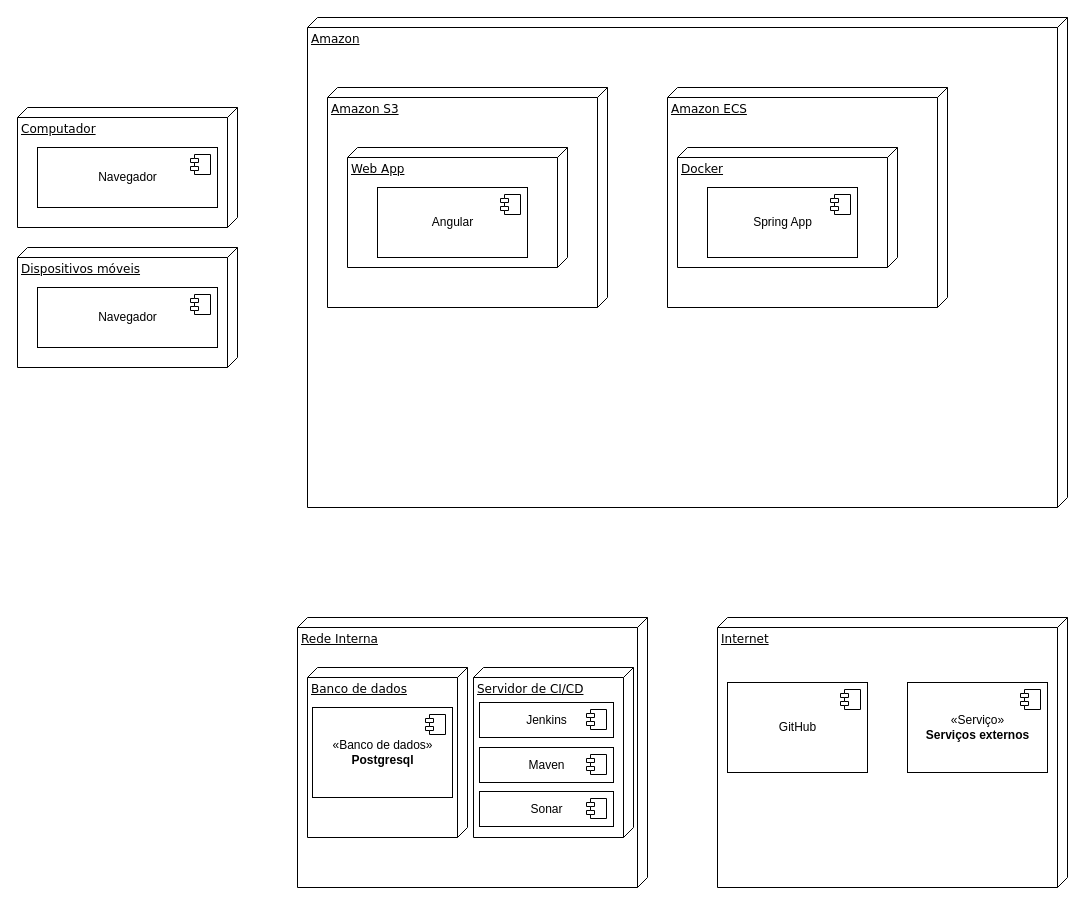
Above: Diagrama de Implantação.drawio in thallysfreed/arquitetura (draw.io), before the change. Source tidied: cells renumbered, new cells numbered last; positions are measured from the earlier drawing's top-left corner, leaving out a move shared by most shapes. Both pictures are drawn from the tidied source at 100%, with x=0, y=0 at pixel (17, 17).
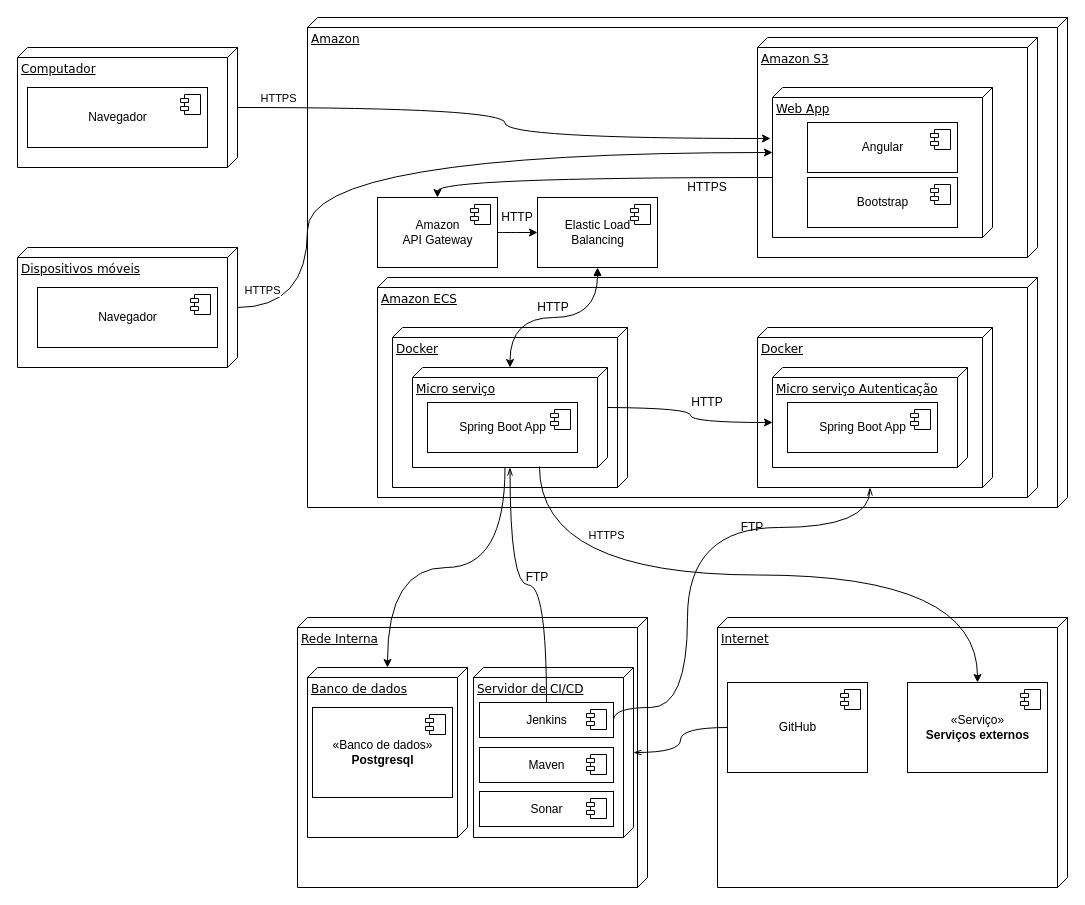
The same diagram, later.

Unchanged cells that the change refers to:
```xml
<mxCell id="8" value="Dispositivos móveis" style="verticalAlign=top;align=left;spacingTop=8;spacingLeft=2;spacingRight=12;shape=cube;size=10;direction=south;fontStyle=4;html=1;rounded=0;shadow=0;comic=0;labelBackgroundColor=none;strokeWidth=1;fontFamily=Verdana;fontSize=12;" parent="1" vertex="1">
  <mxGeometry y="230" width="220" height="120" as="geometry" />
</mxCell>
<mxCell id="11" value="«Serviço»&lt;br&gt;&lt;b&gt;Serviços externos&lt;/b&gt;" style="html=1;" parent="1" vertex="1">
  <mxGeometry x="890" y="665" width="140" height="90" as="geometry" />
</mxCell>
<mxCell id="21" value="Servidor de CI/CD" style="verticalAlign=top;align=left;spacingTop=8;spacingLeft=2;spacingRight=12;shape=cube;size=10;direction=south;fontStyle=4;html=1;rounded=0;shadow=0;comic=0;labelBackgroundColor=none;strokeWidth=1;fontFamily=Verdana;fontSize=12;" parent="1" vertex="1">
  <mxGeometry x="456" y="650" width="160" height="170" as="geometry" />
</mxCell>
<mxCell id="22" value="Banco de dados" style="verticalAlign=top;align=left;spacingTop=8;spacingLeft=2;spacingRight=12;shape=cube;size=10;direction=south;fontStyle=4;html=1;rounded=0;shadow=0;comic=0;labelBackgroundColor=none;strokeWidth=1;fontFamily=Verdana;fontSize=12;" parent="1" vertex="1">
  <mxGeometry x="290" y="650" width="160" height="170" as="geometry" />
</mxCell>
<mxCell id="25" value="Jenkins" style="html=1;" parent="1" vertex="1">
  <mxGeometry x="462" y="685" width="134" height="35" as="geometry" />
</mxCell>
<mxCell id="31" value="GitHub" style="html=1;" parent="1" vertex="1">
  <mxGeometry x="710" y="665" width="140" height="90" as="geometry" />
</mxCell>
```

The edit, as a diff of the source:
```diff
@@
     <mxCell id="5" value="Computador" style="verticalAlign=top;align=left;spacingTop=8;spacingLeft=2;spacingRight=12;shape=cube;size=10;direction=south;fontStyle=4;html=1;rounded=0;shadow=0;comic=0;labelBackgroundColor=none;strokeWidth=1;fontFamily=Verdana;fontSize=12;" parent="1" vertex="1">
-      <mxGeometry y="90" width="220" height="120" as="geometry" />
+      <mxGeometry y="30" width="220" height="120" as="geometry" />
     </mxCell>
     <mxCell id="6" value="Navegador" style="html=1;" parent="1" vertex="1">
-      <mxGeometry x="20" y="130" width="180" height="60" as="geometry" />
+      <mxGeometry x="10" y="70" width="180" height="60" as="geometry" />
     </mxCell>
@@
     <mxCell id="13" value="Amazon S3" style="verticalAlign=top;align=left;spacingTop=8;spacingLeft=2;spacingRight=12;shape=cube;size=10;direction=south;fontStyle=4;html=1;rounded=0;shadow=0;comic=0;labelBackgroundColor=none;strokeWidth=1;fontFamily=Verdana;fontSize=12;" parent="1" vertex="1">
-      <mxGeometry x="310" y="70" width="280" height="220" as="geometry" />
+      <mxGeometry x="740" y="20" width="280" height="220" as="geometry" />
     </mxCell>
     <mxCell id="14" value="Amazon ECS" style="verticalAlign=top;align=left;spacingTop=8;spacingLeft=2;spacingRight=12;shape=cube;size=10;direction=south;fontStyle=4;html=1;rounded=0;shadow=0;comic=0;labelBackgroundColor=none;strokeWidth=1;fontFamily=Verdana;fontSize=12;" parent="1" vertex="1">
-      <mxGeometry x="650" y="70" width="280" height="220" as="geometry" />
+      <mxGeometry x="360" y="260" width="660" height="220" as="geometry" />
     </mxCell>
+    <mxCell id="33" style="edgeStyle=orthogonalEdgeStyle;curved=1;rounded=0;jettySize=auto;html=1;" parent="1" edge="1" source="15" target="39">
+      <mxGeometry relative="1" as="geometry">
+        <Array as="points">
+          <mxPoint x="420" y="160" />
+        </Array>
+      </mxGeometry>
+    </mxCell>
     <mxCell id="15" value="Web App" style="verticalAlign=top;align=left;spacingTop=8;spacingLeft=2;spacingRight=12;shape=cube;size=10;direction=south;fontStyle=4;html=1;rounded=0;shadow=0;comic=0;labelBackgroundColor=none;strokeWidth=1;fontFamily=Verdana;fontSize=12;" parent="1" vertex="1">
-      <mxGeometry x="330" y="130" width="220" height="120" as="geometry" />
+      <mxGeometry x="755" y="70" width="220" height="150" as="geometry" />
     </mxCell>
     <mxCell id="16" value="Angular" style="html=1;" parent="1" vertex="1">
-      <mxGeometry x="360" y="170" width="150" height="70" as="geometry" />
+      <mxGeometry x="790" y="105" width="150" height="50" as="geometry" />
     </mxCell>
@@
     <mxCell id="18" value="Docker" style="verticalAlign=top;align=left;spacingTop=8;spacingLeft=2;spacingRight=12;shape=cube;size=10;direction=south;fontStyle=4;html=1;rounded=0;shadow=0;comic=0;labelBackgroundColor=none;strokeWidth=1;fontFamily=Verdana;fontSize=12;" parent="1" vertex="1">
-      <mxGeometry x="660" y="130" width="220" height="120" as="geometry" />
+      <mxGeometry x="375" y="310" width="235" height="160" as="geometry" />
     </mxCell>
-    <mxCell id="19" value="Spring App" style="html=1;" parent="1" vertex="1">
-      <mxGeometry x="690" y="170" width="150" height="70" as="geometry" />
-    </mxCell>
-    <mxCell id="20" style="shape=module;jettyWidth=8;jettyHeight=4;" parent="19" vertex="1">
-      <mxGeometry x="1" width="20" height="20" relative="1" as="geometry">
-        <mxPoint x="-27" y="7" as="offset" />
-      </mxGeometry>
-    </mxCell>
+    <mxCell id="34" style="edgeStyle=orthogonalEdgeStyle;curved=1;rounded=0;jettySize=auto;html=1;startArrow=openThin;startFill=0;endArrow=none;endFill=0;" parent="1" edge="1" source="21" target="31">
+      <mxGeometry relative="1" as="geometry" />
+    </mxCell>
@@
+    <mxCell id="35" style="edgeStyle=orthogonalEdgeStyle;curved=1;rounded=0;jettySize=auto;html=1;startArrow=block;startFill=1;" parent="1" edge="1" source="36" target="44">
+      <mxGeometry relative="1" as="geometry" />
+    </mxCell>
+    <mxCell id="36" value="Elastic Load &lt;br&gt;Balancing" style="html=1;" parent="1" vertex="1">
+      <mxGeometry x="520" y="180" width="120" height="70" as="geometry" />
+    </mxCell>
+    <mxCell id="37" style="shape=module;jettyWidth=8;jettyHeight=4;" parent="36" vertex="1">
+      <mxGeometry x="1" width="20" height="20" relative="1" as="geometry">
+        <mxPoint x="-27" y="7" as="offset" />
+      </mxGeometry>
+    </mxCell>
+    <mxCell id="38" style="edgeStyle=orthogonalEdgeStyle;curved=1;rounded=0;jettySize=auto;html=1;" parent="1" edge="1" source="39" target="36">
+      <mxGeometry relative="1" as="geometry" />
+    </mxCell>
+    <mxCell id="39" value="Amazon&lt;br&gt;API Gateway" style="html=1;" parent="1" vertex="1">
+      <mxGeometry x="360" y="180" width="120" height="70" as="geometry" />
+    </mxCell>
+    <mxCell id="40" style="shape=module;jettyWidth=8;jettyHeight=4;" parent="39" vertex="1">
+      <mxGeometry x="1" width="20" height="20" relative="1" as="geometry">
+        <mxPoint x="-27" y="7" as="offset" />
+      </mxGeometry>
+    </mxCell>
+    <mxCell id="41" style="edgeStyle=orthogonalEdgeStyle;curved=1;rounded=0;jettySize=auto;html=1;entryX=0.34;entryY=1.009;entryDx=0;entryDy=0;entryPerimeter=0;" parent="1" edge="1" source="5" target="15">
+      <mxGeometry relative="1" as="geometry" />
+    </mxCell>
+    <mxCell id="42" value="HTTPS" style="edgeLabel;html=1;align=center;verticalAlign=middle;" parent="41" vertex="1">
+      <mxGeometry x="-0.9" relative="1" as="geometry">
+        <mxPoint x="12" y="-10" as="offset" />
+      </mxGeometry>
+    </mxCell>
+    <mxCell id="43" style="edgeStyle=orthogonalEdgeStyle;curved=1;rounded=0;jettySize=auto;html=1;" parent="1" edge="1" source="8" target="15">
+      <mxGeometry relative="1" as="geometry">
+        <Array as="points">
+          <mxPoint x="290" y="290" />
+          <mxPoint x="290" y="135" />
+        </Array>
+      </mxGeometry>
+    </mxCell>
+    <mxCell id="44" value="Micro serviço" style="verticalAlign=top;align=left;spacingTop=8;spacingLeft=2;spacingRight=12;shape=cube;size=10;direction=south;fontStyle=4;html=1;rounded=0;shadow=0;comic=0;labelBackgroundColor=none;strokeWidth=1;fontFamily=Verdana;fontSize=12;" parent="1" vertex="1">
+      <mxGeometry x="395" y="350" width="195" height="100" as="geometry" />
+    </mxCell>
+    <mxCell id="19" value="Spring Boot App" style="html=1;" parent="1" vertex="1">
+      <mxGeometry x="410" y="385" width="150" height="50" as="geometry" />
+    </mxCell>
+    <mxCell id="20" style="shape=module;jettyWidth=8;jettyHeight=4;" parent="19" vertex="1">
+      <mxGeometry x="1" width="20" height="20" relative="1" as="geometry">
+        <mxPoint x="-27" y="7" as="offset" />
+      </mxGeometry>
+    </mxCell>
+    <mxCell id="45" value="Docker" style="verticalAlign=top;align=left;spacingTop=8;spacingLeft=2;spacingRight=12;shape=cube;size=10;direction=south;fontStyle=4;html=1;rounded=0;shadow=0;comic=0;labelBackgroundColor=none;strokeWidth=1;fontFamily=Verdana;fontSize=12;" parent="1" vertex="1">
+      <mxGeometry x="740" y="310" width="235" height="160" as="geometry" />
+    </mxCell>
+    <mxCell id="46" value="Micro serviço Autenticação" style="verticalAlign=top;align=left;spacingTop=8;spacingLeft=2;spacingRight=12;shape=cube;size=10;direction=south;fontStyle=4;html=1;rounded=0;shadow=0;comic=0;labelBackgroundColor=none;strokeWidth=1;fontFamily=Verdana;fontSize=12;" parent="1" vertex="1">
+      <mxGeometry x="755" y="350" width="195" height="100" as="geometry" />
+    </mxCell>
+    <mxCell id="47" value="Spring Boot App" style="html=1;" parent="1" vertex="1">
+      <mxGeometry x="770" y="385" width="150" height="50" as="geometry" />
+    </mxCell>
+    <mxCell id="48" style="shape=module;jettyWidth=8;jettyHeight=4;" parent="47" vertex="1">
+      <mxGeometry x="1" width="20" height="20" relative="1" as="geometry">
+        <mxPoint x="-27" y="7" as="offset" />
+      </mxGeometry>
+    </mxCell>
+    <mxCell id="49" style="edgeStyle=orthogonalEdgeStyle;curved=1;rounded=0;jettySize=auto;html=1;entryX=0;entryY=0;entryDx=55;entryDy=195;entryPerimeter=0;" parent="1" edge="1" target="46">
+      <mxGeometry relative="1" as="geometry">
+        <mxPoint x="590" y="390" as="sourcePoint" />
+      </mxGeometry>
+    </mxCell>
+    <mxCell id="50" style="edgeStyle=orthogonalEdgeStyle;curved=1;rounded=0;jettySize=auto;html=1;exitX=0;exitY=0;exitDx=100;exitDy=102.5;exitPerimeter=0;" parent="1" edge="1" source="44" target="22">
+      <mxGeometry relative="1" as="geometry" />
+    </mxCell>
+    <mxCell id="51" style="edgeStyle=orthogonalEdgeStyle;curved=1;rounded=0;jettySize=auto;html=1;exitX=0.99;exitY=0.349;exitDx=0;exitDy=0;exitPerimeter=0;" parent="1" edge="1" source="44" target="11">
+      <mxGeometry relative="1" as="geometry" />
+    </mxCell>
+    <mxCell id="52" value="HTTPS" style="edgeLabel;html=1;align=center;verticalAlign=middle;" parent="1" vertex="1">
+      <mxGeometry x="280" y="90" as="geometry">
+        <mxPoint x="-36" y="182" as="offset" />
+      </mxGeometry>
+    </mxCell>
+    <mxCell id="53" value="HTTP&lt;br&gt;" style="text;html=1;strokeColor=none;fillColor=none;align=center;verticalAlign=middle;whiteSpace=wrap;rounded=0;" parent="1" vertex="1">
+      <mxGeometry x="480" y="190" width="40" height="20" as="geometry" />
+    </mxCell>
+    <mxCell id="54" style="edgeStyle=orthogonalEdgeStyle;curved=1;rounded=0;jettySize=auto;html=1;startArrow=openThin;startFill=0;endArrow=none;endFill=0;" parent="1" edge="1" source="44" target="25">
+      <mxGeometry relative="1" as="geometry" />
+    </mxCell>
+    <mxCell id="55" style="edgeStyle=orthogonalEdgeStyle;curved=1;rounded=0;jettySize=auto;html=1;startArrow=openThin;startFill=0;endArrow=none;endFill=0;exitX=0;exitY=0;exitDx=160;exitDy=122.5;exitPerimeter=0;entryX=1;entryY=0.5;entryDx=0;entryDy=0;" parent="1" edge="1" source="45" target="25">
+      <mxGeometry relative="1" as="geometry">
+        <Array as="points">
+          <mxPoint x="853" y="510" />
+          <mxPoint x="670" y="510" />
+          <mxPoint x="670" y="690" />
+          <mxPoint x="596" y="690" />
+        </Array>
+      </mxGeometry>
+    </mxCell>
+    <mxCell id="56" value="HTTPS" style="edgeLabel;html=1;align=center;verticalAlign=middle;" parent="1" vertex="1">
+      <mxGeometry x="270.3" y="90" as="geometry">
+        <mxPoint x="318" y="427" as="offset" />
+      </mxGeometry>
+    </mxCell>
+    <mxCell id="57" value="HTTP&lt;br&gt;" style="text;html=1;strokeColor=none;fillColor=none;align=center;verticalAlign=middle;whiteSpace=wrap;rounded=0;" parent="1" vertex="1">
+      <mxGeometry x="670" y="375" width="40" height="20" as="geometry" />
+    </mxCell>
+    <mxCell id="58" value="HTTPS" style="text;html=1;strokeColor=none;fillColor=none;align=center;verticalAlign=middle;whiteSpace=wrap;rounded=0;" parent="1" vertex="1">
+      <mxGeometry x="670" y="160" width="40" height="20" as="geometry" />
+    </mxCell>
+    <mxCell id="59" value="FTP" style="text;html=1;strokeColor=none;fillColor=none;align=center;verticalAlign=middle;whiteSpace=wrap;rounded=0;" parent="1" vertex="1">
+      <mxGeometry x="715" y="500" width="40" height="20" as="geometry" />
+    </mxCell>
+    <mxCell id="60" value="FTP" style="text;html=1;strokeColor=none;fillColor=none;align=center;verticalAlign=middle;whiteSpace=wrap;rounded=0;" parent="1" vertex="1">
+      <mxGeometry x="500" y="550" width="40" height="20" as="geometry" />
+    </mxCell>
+    <mxCell id="61" value="HTTP" style="text;html=1;strokeColor=none;fillColor=none;align=center;verticalAlign=middle;whiteSpace=wrap;rounded=0;" parent="1" vertex="1">
+      <mxGeometry x="516" y="280" width="40" height="20" as="geometry" />
+    </mxCell>
+    <mxCell id="62" value="Bootstrap" style="html=1;" parent="1" vertex="1">
+      <mxGeometry x="790" y="160" width="150" height="50" as="geometry" />
+    </mxCell>
+    <mxCell id="63" style="shape=module;jettyWidth=8;jettyHeight=4;" parent="62" vertex="1">
+      <mxGeometry x="1" width="20" height="20" relative="1" as="geometry">
+        <mxPoint x="-27" y="7" as="offset" />
+      </mxGeometry>
+    </mxCell>
```
